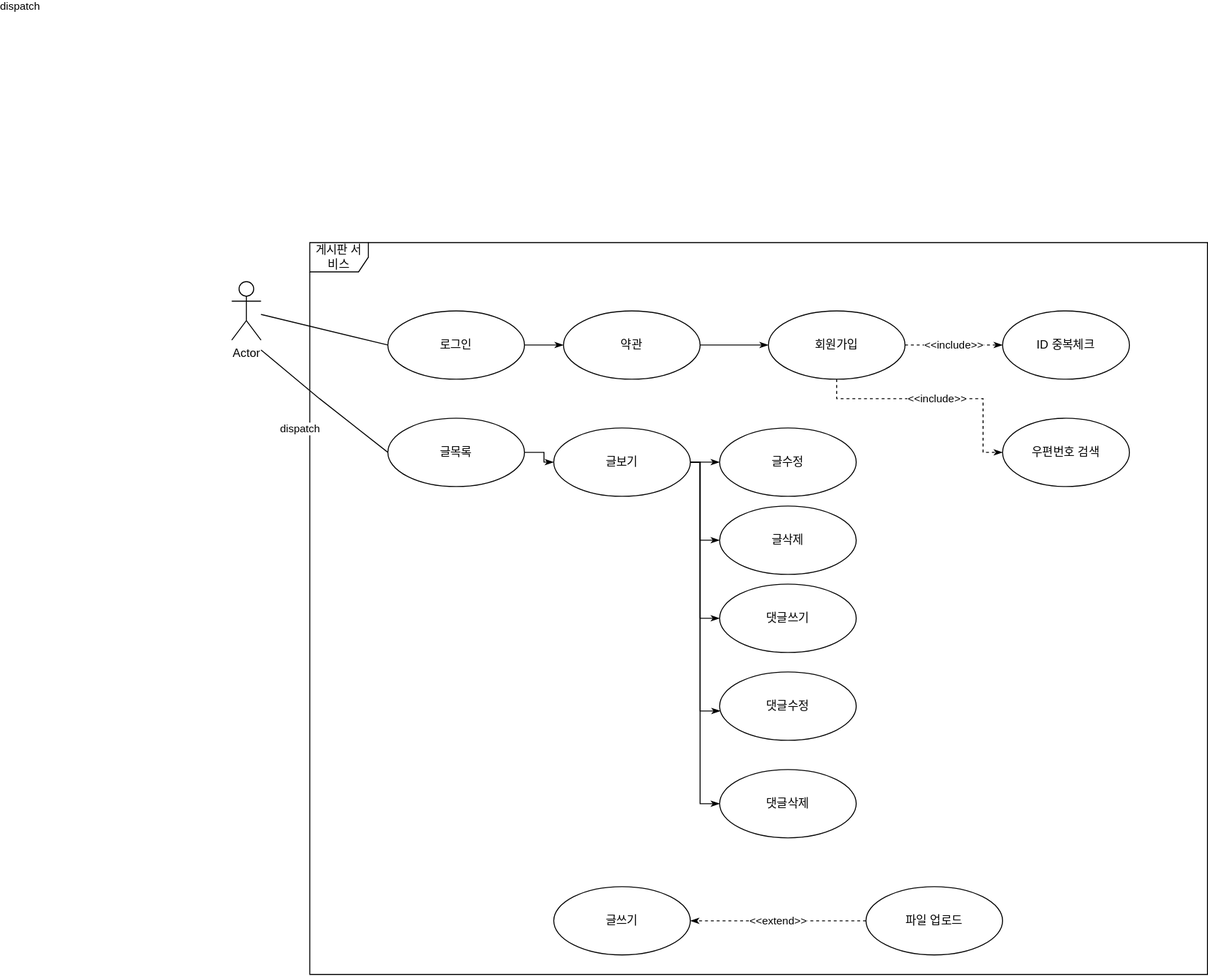
Earlier version of the draw.io export jBoard1/게시판 서비스.drawio.svg (vhfl1/JSP). Source tidied: cells renumbered, new cells last; positions are measured from the earlier drawing's top-left corner, leaving out a move shared by most shapes.
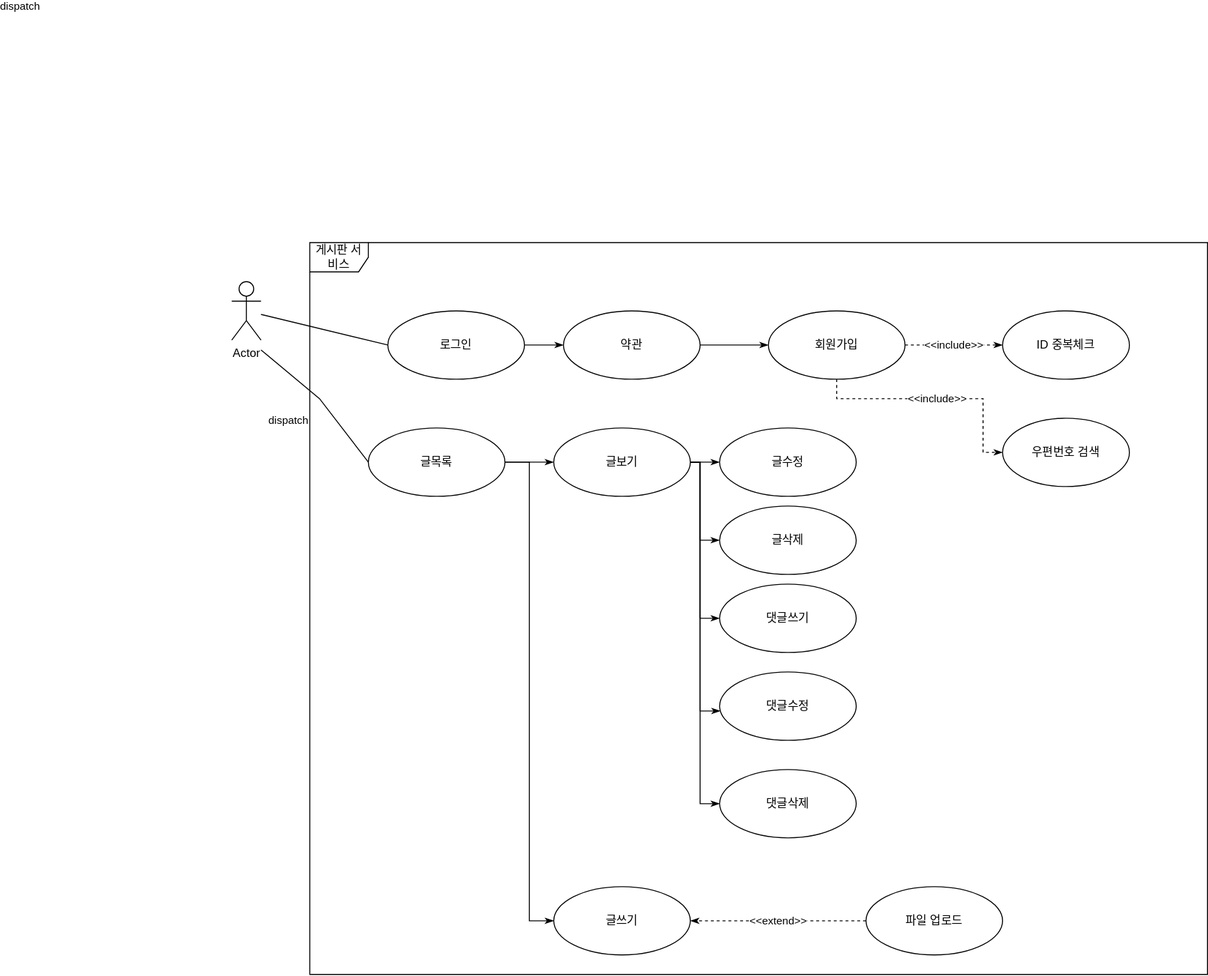
The same file after the commit.

Commit message:
게시판 서비스.drawio.svg 업데이트

What changed in the source:
```diff
@@ -17,8 +17,11 @@
     <mxCell id="6" style="edgeStyle=orthogonalEdgeStyle;rounded=0;jettySize=auto;html=1;entryX=1;entryY=0.5;entryDx=0;entryDy=0;endArrow=classicThin;endFill=1;" parent="1" edge="1" source="7" target="22">
       <mxGeometry relative="1" as="geometry" />
     </mxCell>
+    <mxCell id="31" style="edgeStyle=orthogonalEdgeStyle;rounded=0;jettySize=auto;html=1;entryX=1;entryY=0.5;entryDx=0;entryDy=0;endArrow=classicThin;endFill=1;" parent="1" edge="1" source="7" target="23">
+      <mxGeometry relative="1" as="geometry" />
+    </mxCell>
     <mxCell id="7" value="글목록" style="ellipse;whiteSpace=wrap;html=1;direction=west;" parent="1" vertex="1">
-      <mxGeometry x="160" y="180" width="140" height="70" as="geometry" />
+      <mxGeometry x="140" y="190" width="140" height="70" as="geometry" />
     </mxCell>
     <mxCell id="8" value="dispatch" style="html=1;verticalAlign=bottom;endArrow=none;rounded=0;entryX=0;entryY=0.5;entryDx=0;entryDy=0;endFill=0;" parent="1" edge="1" source="2" target="5">
       <mxGeometry x="-1" y="482" relative="1" as="geometry">
```
